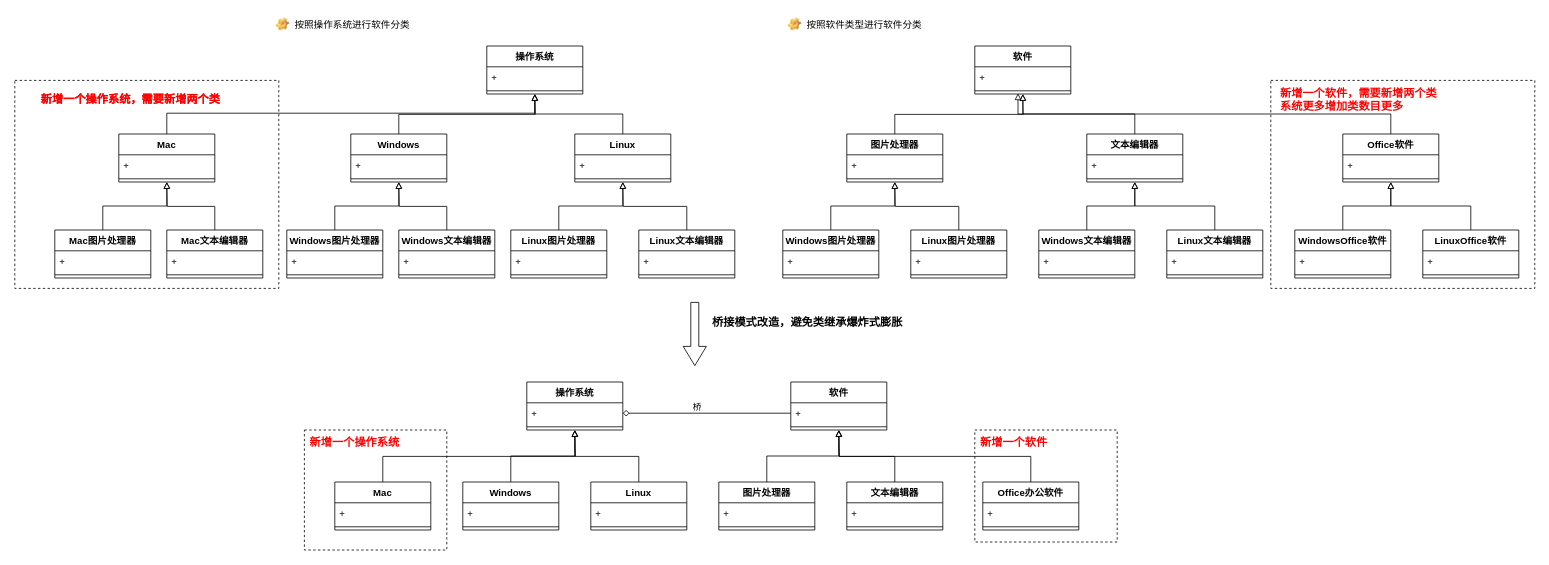
This is Draw.io/DesignMode.drawio from DepInjoy/geektime, a draw.io file, before an edit. Source tidied: cells renumbered, new cells numbered last; positions are measured from the earlier drawing's top-left corner, leaving out a move shared by most shapes. Both pictures are drawn from the tidied source at 80%, with x=0, y=0 at pixel (14, 14).
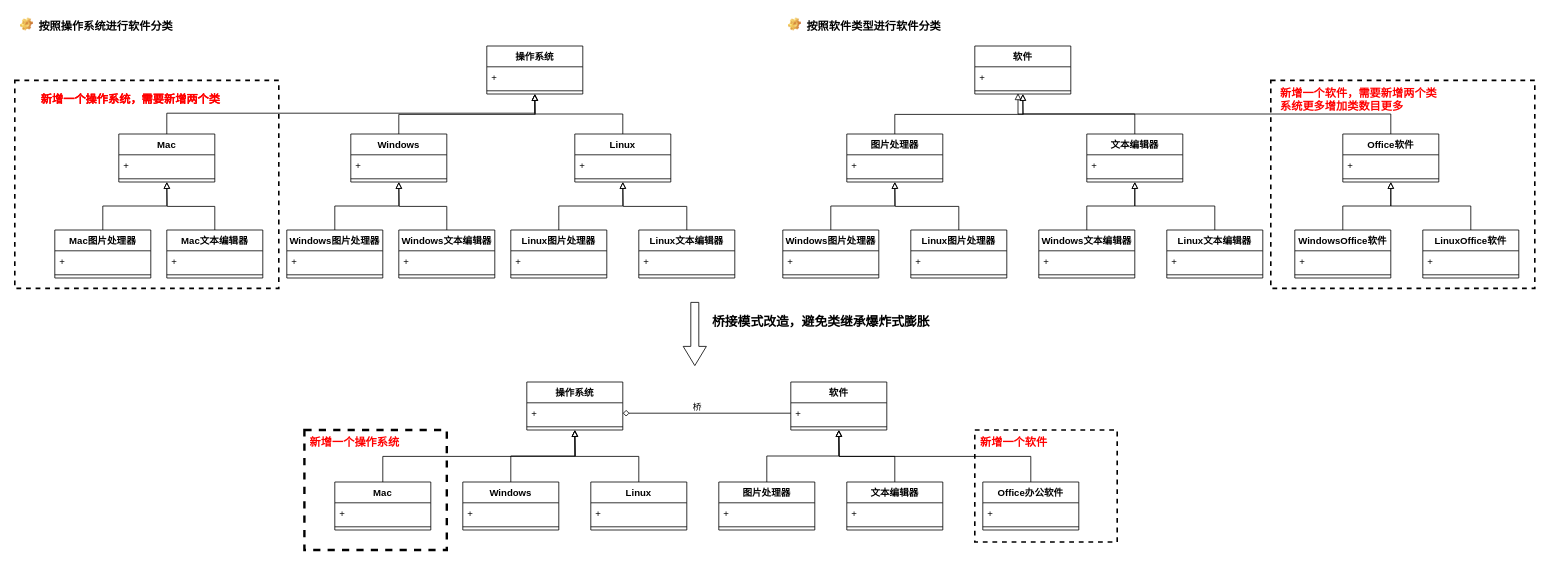
The same page after the edit.

Commit message (it also covers changes not shown here):
桥接模式避免类爆炸式增长示意图

The edit, as a diff of the source:
```diff
@@
-    <mxCell id="56" value="按照操作系统进行软件分类" style="label;fontStyle=0;strokeColor=none;fillColor=none;align=left;verticalAlign=top;overflow=hidden;spacingLeft=28;spacingRight=4;imageWidth=16;imageHeight=16;image=img/clipart/Gear_128x128.png;" parent="1" vertex="1">
-      <mxGeometry x="320" width="240" height="26" as="geometry" />
+    <mxCell id="56" value="按照操作系统进行软件分类" style="label;fontStyle=1;strokeColor=none;fillColor=none;align=left;verticalAlign=top;overflow=hidden;spacingLeft=28;spacingRight=4;imageWidth=16;imageHeight=16;image=img/clipart/Gear_128x128.png;fontSize=14;" parent="1" vertex="1">
+      <mxGeometry width="240" height="26" as="geometry" />
     </mxCell>
-    <mxCell id="57" value="按照软件类型进行软件分类" style="label;fontStyle=0;strokeColor=none;fillColor=none;align=left;verticalAlign=top;overflow=hidden;spacingLeft=28;spacingRight=4;imageWidth=16;imageHeight=16;image=img/clipart/Gear_128x128.png;" parent="1" vertex="1">
+    <mxCell id="57" value="按照软件类型进行软件分类" style="label;fontStyle=1;strokeColor=none;fillColor=none;align=left;verticalAlign=top;overflow=hidden;spacingLeft=28;spacingRight=4;imageWidth=16;imageHeight=16;image=img/clipart/Gear_128x128.png;fontSize=14;" parent="1" vertex="1">
       <mxGeometry x="960" width="240" height="26" as="geometry" />
     </mxCell>
@@
-    <mxCell id="83" value="&lt;b&gt;&lt;font style=&quot;font-size: 14px&quot;&gt;桥接模式改造，避免类继承爆炸式膨胀&lt;/font&gt;&lt;/b&gt;" style="text;html=1;strokeColor=none;fillColor=none;align=left;verticalAlign=middle;whiteSpace=wrap;rounded=0;" parent="1" vertex="1">
+    <mxCell id="83" value="&lt;font size=&quot;1&quot;&gt;&lt;b style=&quot;font-size: 16px&quot;&gt;桥接模式改造，避免类继承爆炸式膨胀&lt;/b&gt;&lt;/font&gt;" style="text;html=1;strokeColor=none;fillColor=none;align=left;verticalAlign=middle;whiteSpace=wrap;rounded=0;" parent="1" vertex="1">
       <mxGeometry x="870" y="370" width="290" height="30" as="geometry" />
     </mxCell>
@@
-    <mxCell id="96" style="rounded=0;whiteSpace=wrap;html=1;fontSize=14;fillColor=none;dashed=1;" parent="1" vertex="1">
+    <mxCell id="96" style="rounded=0;whiteSpace=wrap;html=1;fontSize=14;fillColor=none;dashed=1;strokeWidth=2;" parent="1" vertex="1">
       <mxGeometry y="83" width="330" height="260" as="geometry" />
     </mxCell>
@@
-    <mxCell id="110" style="rounded=0;whiteSpace=wrap;html=1;fontSize=14;fillColor=none;dashed=1;" parent="1" vertex="1">
+    <mxCell id="110" style="rounded=0;whiteSpace=wrap;html=1;fontSize=14;fillColor=none;dashed=1;strokeWidth=2;" parent="1" vertex="1">
       <mxGeometry x="1570" y="83" width="330" height="260" as="geometry" />
     </mxCell>
@@
-    <mxCell id="121" style="rounded=0;whiteSpace=wrap;html=1;fontSize=14;fillColor=none;dashed=1;" parent="1" vertex="1">
+    <mxCell id="121" style="rounded=0;whiteSpace=wrap;html=1;fontSize=14;fillColor=none;dashed=1;strokeWidth=3;" parent="1" vertex="1">
       <mxGeometry x="362" y="520" width="178" height="150" as="geometry" />
     </mxCell>
@@
-    <mxCell id="123" style="rounded=0;whiteSpace=wrap;html=1;fontSize=14;fillColor=none;dashed=1;" parent="1" vertex="1">
+    <mxCell id="123" style="rounded=0;whiteSpace=wrap;html=1;fontSize=14;fillColor=none;dashed=1;strokeWidth=2;" parent="1" vertex="1">
       <mxGeometry x="1200" y="520" width="178" height="140" as="geometry" />
     </mxCell>
```
